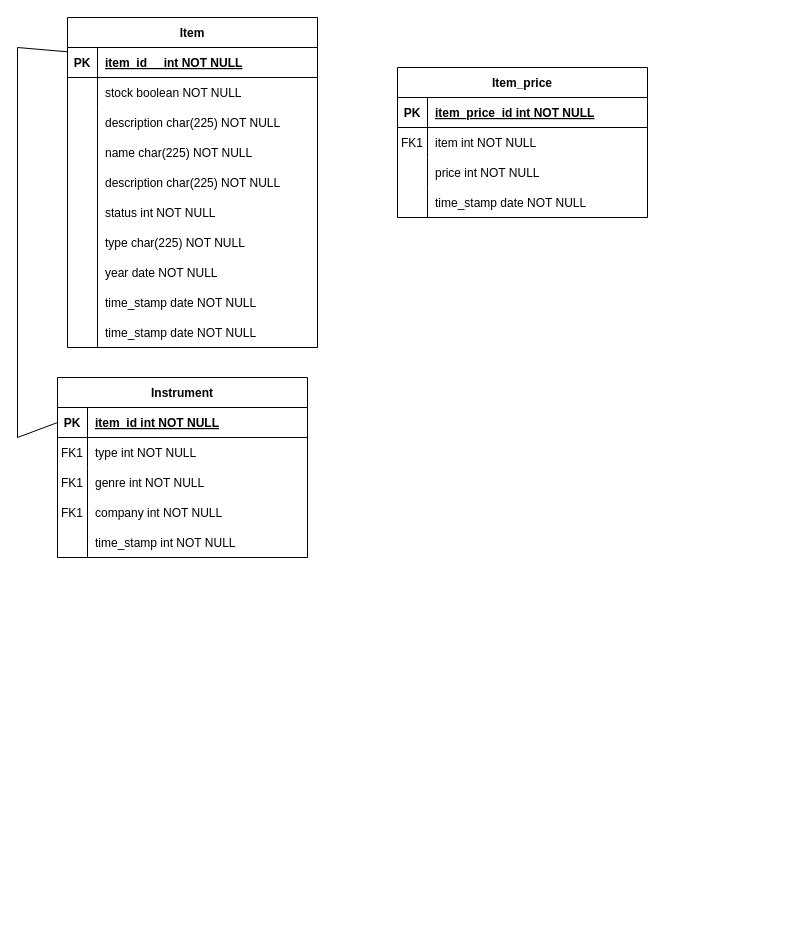
The draw.io diagram Documentation/Untitled Diagram.drawio in IvoRum/Ape_Beats, before the edit. Source tidied: cells renumbered, new cells numbered last; positions are measured from the earlier drawing's top-left corner, leaving out a move shared by most shapes. Both pictures are drawn from the tidied source at 100%, with x=0, y=0 at pixel (17, 17).
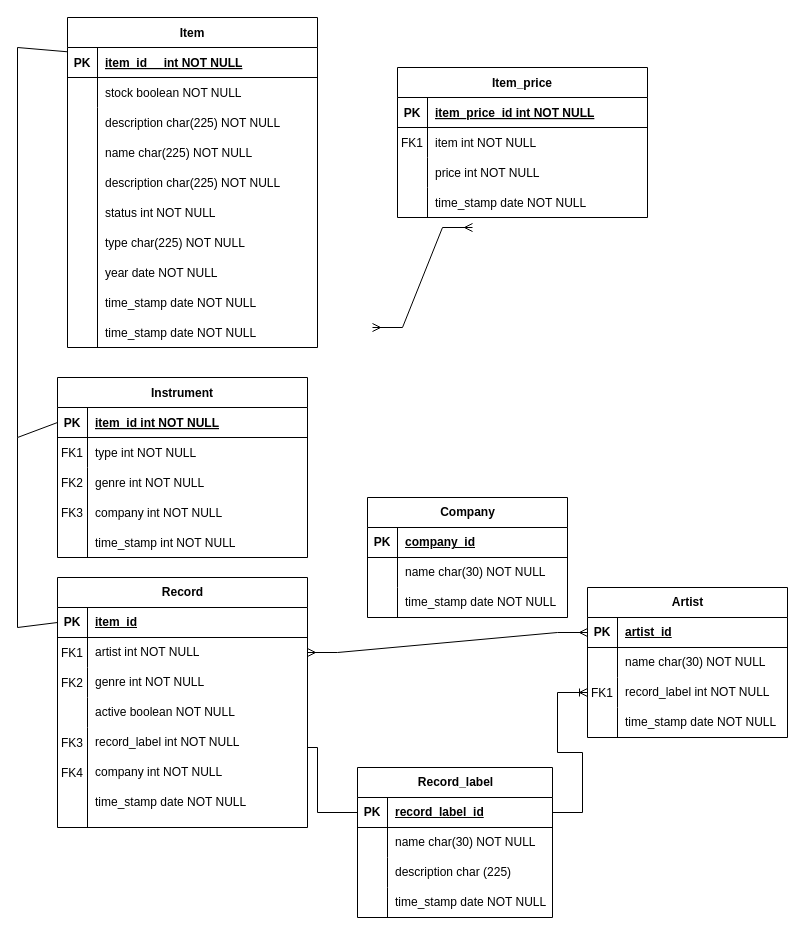
The same page after the edit.

What changed in the source:
```diff
@@
-    <mxCell id="42" value="FK1" style="shape=partialRectangle;overflow=hidden;fillColor=none;top=0;left=0;bottom=0;right=0;" parent="1" vertex="1">
+    <mxCell id="42" value="FK3" style="shape=partialRectangle;overflow=hidden;fillColor=none;top=0;left=0;bottom=0;right=0;" parent="1" vertex="1">
       <mxGeometry x="40" y="480" width="30" height="30" as="geometry" />
     </mxCell>
-    <mxCell id="43" value="FK1" style="shape=partialRectangle;overflow=hidden;fillColor=none;top=0;left=0;bottom=0;right=0;" parent="1" vertex="1">
+    <mxCell id="43" value="FK2" style="shape=partialRectangle;overflow=hidden;fillColor=none;top=0;left=0;bottom=0;right=0;" parent="1" vertex="1">
       <mxGeometry x="40" y="450" width="30" height="30" as="geometry" />
     </mxCell>
@@
+    <mxCell id="45" value="Record" style="shape=table;startSize=30;childLayout=tableLayout;rowLines=0;fontStyle=1;align=center;html=1;" parent="1" vertex="1">
+      <mxGeometry x="40" y="560" width="250" height="250" as="geometry" />
+    </mxCell>
+    <mxCell id="46" style="shape=tableRow;horizontal=0;startSize=0;swimlaneHead=0;swimlaneBody=0;fillColor=none;points=[[0,0.5],[1,0.5]];portConstraint=eastwest;top=0;left=0;right=0;bottom=1;" parent="45" vertex="1">
+      <mxGeometry y="30" width="250" height="30" as="geometry" />
+    </mxCell>
+    <mxCell id="47" value="PK" style="shape=partialRectangle;fillColor=none;top=0;left=0;bottom=0;right=0;fontStyle=1;overflow=hidden;whiteSpace=wrap;html=1;" parent="46" vertex="1">
+      <mxGeometry width="30" height="30" as="geometry" />
+    </mxCell>
+    <mxCell id="48" value="item_id" style="shape=partialRectangle;fillColor=none;top=0;left=0;bottom=0;right=0;align=left;spacingLeft=6;fontStyle=5;overflow=hidden;whiteSpace=wrap;html=1;" parent="46" vertex="1">
+      <mxGeometry x="30" width="220" height="30" as="geometry" />
+    </mxCell>
+    <mxCell id="49" style="shape=tableRow;horizontal=0;startSize=0;swimlaneHead=0;swimlaneBody=0;fillColor=none;points=[[0,0.5],[1,0.5]];portConstraint=eastwest;top=0;left=0;right=0;bottom=0;" parent="45" vertex="1">
+      <mxGeometry y="60" width="250" height="30" as="geometry" />
+    </mxCell>
+    <mxCell id="50" style="shape=partialRectangle;fillColor=none;top=0;left=0;bottom=0;right=0;overflow=hidden;whiteSpace=wrap;html=1;" parent="49" vertex="1">
+      <mxGeometry width="30" height="30" as="geometry" />
+    </mxCell>
+    <mxCell id="51" value="artist int NOT NULL" style="shape=partialRectangle;fillColor=none;top=0;left=0;bottom=0;right=0;align=left;spacingLeft=6;overflow=hidden;whiteSpace=wrap;html=1;" parent="49" vertex="1">
+      <mxGeometry x="30" width="220" height="30" as="geometry" />
+    </mxCell>
+    <mxCell id="52" style="shape=tableRow;horizontal=0;startSize=0;swimlaneHead=0;swimlaneBody=0;fillColor=none;top=0;left=0;right=0;bottom=0;" parent="45" vertex="1">
+      <mxGeometry y="90" width="250" height="30" as="geometry" />
+    </mxCell>
+    <mxCell id="53" style="shape=partialRectangle;fillColor=none;top=0;left=0;bottom=0;right=0;overflow=hidden;whiteSpace=wrap;html=1;" parent="52" vertex="1">
+      <mxGeometry width="30" height="30" as="geometry" />
+    </mxCell>
+    <mxCell id="54" value="genre int NOT NULL" style="shape=partialRectangle;fillColor=none;top=0;left=0;bottom=0;right=0;align=left;spacingLeft=6;overflow=hidden;whiteSpace=wrap;html=1;" parent="52" vertex="1">
+      <mxGeometry x="30" width="220" height="30" as="geometry" />
+    </mxCell>
+    <mxCell id="55" style="shape=tableRow;horizontal=0;startSize=0;swimlaneHead=0;swimlaneBody=0;fillColor=none;top=0;left=0;right=0;bottom=0;" parent="45" vertex="1">
+      <mxGeometry y="120" width="250" height="30" as="geometry" />
+    </mxCell>
+    <mxCell id="56" style="shape=partialRectangle;fillColor=none;top=0;left=0;bottom=0;right=0;overflow=hidden;whiteSpace=wrap;html=1;" parent="55" vertex="1">
+      <mxGeometry width="30" height="30" as="geometry" />
+    </mxCell>
+    <mxCell id="57" value="active boolean NOT NULL" style="shape=partialRectangle;fillColor=none;top=0;left=0;bottom=0;right=0;align=left;spacingLeft=6;overflow=hidden;whiteSpace=wrap;html=1;" parent="55" vertex="1">
+      <mxGeometry x="30" width="220" height="30" as="geometry" />
+    </mxCell>
+    <mxCell id="58" value="record_label int NOT NULL" style="shape=partialRectangle;fillColor=none;top=0;left=0;bottom=0;right=0;align=left;spacingLeft=6;overflow=hidden;whiteSpace=wrap;html=1;" parent="1" vertex="1">
+      <mxGeometry x="70" y="710" width="220" height="30" as="geometry" />
+    </mxCell>
+    <mxCell id="59" value="company int NOT NULL" style="shape=partialRectangle;fillColor=none;top=0;left=0;bottom=0;right=0;align=left;spacingLeft=6;overflow=hidden;whiteSpace=wrap;html=1;" parent="1" vertex="1">
+      <mxGeometry x="70" y="740" width="220" height="30" as="geometry" />
+    </mxCell>
+    <mxCell id="60" value="time_stamp date NOT NULL" style="shape=partialRectangle;fillColor=none;top=0;left=0;bottom=0;right=0;align=left;spacingLeft=6;overflow=hidden;whiteSpace=wrap;html=1;" parent="1" vertex="1">
+      <mxGeometry x="70" y="770" width="220" height="30" as="geometry" />
+    </mxCell>
+    <mxCell id="61" style="endArrow=none;html=1;rounded=0;" parent="1" edge="1">
+      <mxGeometry relative="1" as="geometry">
+        <mxPoint x="70" y="810" as="sourcePoint" />
+        <mxPoint x="70" y="710" as="targetPoint" />
+      </mxGeometry>
+    </mxCell>
+    <mxCell id="62" style="endArrow=none;html=1;rounded=0;exitX=0;exitY=0.5;exitDx=0;exitDy=0;" parent="1" edge="1" source="46">
+      <mxGeometry relative="1" as="geometry">
+        <mxPoint y="420" as="targetPoint" />
+        <Array as="points">
+          <mxPoint y="610" />
+        </Array>
+      </mxGeometry>
+    </mxCell>
+    <mxCell id="63" value="FK1" style="shape=partialRectangle;overflow=hidden;fillColor=none;top=0;left=0;bottom=0;right=0;" parent="1" vertex="1">
+      <mxGeometry x="40" y="620" width="30" height="30" as="geometry" />
+    </mxCell>
+    <mxCell id="64" value="FK2" style="shape=partialRectangle;overflow=hidden;fillColor=none;top=0;left=0;bottom=0;right=0;" parent="1" vertex="1">
+      <mxGeometry x="40" y="650" width="30" height="30" as="geometry" />
+    </mxCell>
+    <mxCell id="65" value="FK3" style="shape=partialRectangle;overflow=hidden;fillColor=none;top=0;left=0;bottom=0;right=0;" parent="1" vertex="1">
+      <mxGeometry x="40" y="710" width="30" height="30" as="geometry" />
+    </mxCell>
+    <mxCell id="66" value="FK4" style="shape=partialRectangle;overflow=hidden;fillColor=none;top=0;left=0;bottom=0;right=0;" parent="1" vertex="1">
+      <mxGeometry x="40" y="740" width="30" height="30" as="geometry" />
+    </mxCell>
+    <mxCell id="67" value="Record_label" style="shape=table;startSize=30;childLayout=tableLayout;rowLines=0;fontStyle=1;align=center;html=1;" parent="1" vertex="1">
+      <mxGeometry x="340" y="750" width="195" height="150" as="geometry" />
+    </mxCell>
+    <mxCell id="68" style="shape=tableRow;horizontal=0;startSize=0;swimlaneHead=0;swimlaneBody=0;fillColor=none;points=[[0,0.5],[1,0.5]];portConstraint=eastwest;top=0;left=0;right=0;bottom=1;" parent="67" vertex="1">
+      <mxGeometry y="30" width="195" height="30" as="geometry" />
+    </mxCell>
+    <mxCell id="69" value="PK" style="shape=partialRectangle;fillColor=none;top=0;left=0;bottom=0;right=0;fontStyle=1;overflow=hidden;whiteSpace=wrap;html=1;" parent="68" vertex="1">
+      <mxGeometry width="30" height="30" as="geometry" />
+    </mxCell>
+    <mxCell id="70" value="record_label_id" style="shape=partialRectangle;fillColor=none;top=0;left=0;bottom=0;right=0;align=left;spacingLeft=6;fontStyle=5;overflow=hidden;whiteSpace=wrap;html=1;" parent="68" vertex="1">
+      <mxGeometry x="30" width="165" height="30" as="geometry" />
+    </mxCell>
+    <mxCell id="71" style="shape=tableRow;horizontal=0;startSize=0;swimlaneHead=0;swimlaneBody=0;fillColor=none;top=0;left=0;right=0;bottom=0;" parent="67" vertex="1">
+      <mxGeometry y="60" width="195" height="30" as="geometry" />
+    </mxCell>
+    <mxCell id="72" style="shape=partialRectangle;fillColor=none;top=0;left=0;bottom=0;right=0;overflow=hidden;whiteSpace=wrap;html=1;" parent="71" vertex="1">
+      <mxGeometry width="30" height="30" as="geometry" />
+    </mxCell>
+    <mxCell id="73" value="name char(30) NOT NULL" style="shape=partialRectangle;fillColor=none;top=0;left=0;bottom=0;right=0;align=left;spacingLeft=6;overflow=hidden;whiteSpace=wrap;html=1;" parent="71" vertex="1">
+      <mxGeometry x="30" width="165" height="30" as="geometry" />
+    </mxCell>
+    <mxCell id="74" style="shape=tableRow;horizontal=0;startSize=0;swimlaneHead=0;swimlaneBody=0;fillColor=none;top=0;left=0;right=0;bottom=0;" parent="67" vertex="1">
+      <mxGeometry y="90" width="195" height="30" as="geometry" />
+    </mxCell>
+    <mxCell id="75" style="shape=partialRectangle;fillColor=none;top=0;left=0;bottom=0;right=0;overflow=hidden;whiteSpace=wrap;html=1;" parent="74" vertex="1">
+      <mxGeometry width="30" height="30" as="geometry" />
+    </mxCell>
+    <mxCell id="76" value="description char (225)" style="shape=partialRectangle;fillColor=none;top=0;left=0;bottom=0;right=0;align=left;spacingLeft=6;overflow=hidden;whiteSpace=wrap;html=1;" parent="74" vertex="1">
+      <mxGeometry x="30" width="165" height="30" as="geometry" />
+    </mxCell>
+    <mxCell id="77" style="shape=tableRow;horizontal=0;startSize=0;swimlaneHead=0;swimlaneBody=0;fillColor=none;top=0;left=0;right=0;bottom=0;" parent="67" vertex="1">
+      <mxGeometry y="120" width="195" height="30" as="geometry" />
+    </mxCell>
+    <mxCell id="78" style="shape=partialRectangle;fillColor=none;top=0;left=0;bottom=0;right=0;overflow=hidden;whiteSpace=wrap;html=1;" parent="77" vertex="1">
+      <mxGeometry width="30" height="30" as="geometry" />
+    </mxCell>
+    <mxCell id="79" value="time_stamp date NOT NULL" style="shape=partialRectangle;fillColor=none;top=0;left=0;bottom=0;right=0;align=left;spacingLeft=6;overflow=hidden;whiteSpace=wrap;html=1;" parent="77" vertex="1">
+      <mxGeometry x="30" width="165" height="30" as="geometry" />
+    </mxCell>
+    <mxCell id="80" style="edgeStyle=entityRelationEdgeStyle;fontSize=12;html=1;endArrow=ERoneToMany;rounded=0;exitX=1;exitY=0.5;exitDx=0;exitDy=0;entryX=0;entryY=0.5;entryDx=0;entryDy=0;" parent="1" edge="1" source="68" target="90">
+      <mxGeometry relative="1" as="geometry">
+        <Array as="points">
+          <mxPoint x="550" y="720" />
+          <mxPoint x="550" y="750" />
+        </Array>
+      </mxGeometry>
+    </mxCell>
+    <mxCell id="81" style="edgeStyle=entityRelationEdgeStyle;fontSize=12;html=1;endArrow=ERmany;startArrow=ERmany;rounded=0;exitX=1;exitY=0.5;exitDx=0;exitDy=0;entryX=0;entryY=0.5;entryDx=0;entryDy=0;" parent="1" edge="1" source="49" target="84">
+      <mxGeometry relative="1" as="geometry">
+        <Array as="points">
+          <mxPoint x="500" y="570" />
+          <mxPoint x="430" y="660" />
+          <mxPoint x="560" y="650" />
+          <mxPoint x="500" y="600" />
+        </Array>
+      </mxGeometry>
+    </mxCell>
+    <mxCell id="82" style="endArrow=none;html=1;rounded=0;entryX=0;entryY=0.5;entryDx=0;entryDy=0;" parent="1" edge="1" target="68">
+      <mxGeometry relative="1" as="geometry">
+        <mxPoint x="290" y="730" as="sourcePoint" />
+        <Array as="points">
+          <mxPoint x="300" y="730" />
+          <mxPoint x="300" y="795" />
+        </Array>
+      </mxGeometry>
+    </mxCell>
+    <mxCell id="83" value="Artist" style="shape=table;startSize=30;childLayout=tableLayout;rowLines=0;fontStyle=1;align=center;html=1;" parent="1" vertex="1">
+      <mxGeometry x="570" y="570" width="200" height="150" as="geometry" />
+    </mxCell>
+    <mxCell id="84" style="shape=tableRow;horizontal=0;startSize=0;swimlaneHead=0;swimlaneBody=0;fillColor=none;points=[[0,0.5],[1,0.5]];portConstraint=eastwest;top=0;left=0;right=0;bottom=1;" parent="83" vertex="1">
+      <mxGeometry y="30" width="200" height="30" as="geometry" />
+    </mxCell>
+    <mxCell id="85" value="PK" style="shape=partialRectangle;fillColor=none;top=0;left=0;bottom=0;right=0;fontStyle=1;overflow=hidden;whiteSpace=wrap;html=1;" parent="84" vertex="1">
+      <mxGeometry width="30" height="30" as="geometry" />
+    </mxCell>
+    <mxCell id="86" value="artist_id" style="shape=partialRectangle;fillColor=none;top=0;left=0;bottom=0;right=0;align=left;spacingLeft=6;fontStyle=5;overflow=hidden;whiteSpace=wrap;html=1;" parent="84" vertex="1">
+      <mxGeometry x="30" width="170" height="30" as="geometry" />
+    </mxCell>
+    <mxCell id="87" style="shape=tableRow;horizontal=0;startSize=0;swimlaneHead=0;swimlaneBody=0;fillColor=none;top=0;left=0;right=0;bottom=0;" parent="83" vertex="1">
+      <mxGeometry y="60" width="200" height="30" as="geometry" />
+    </mxCell>
+    <mxCell id="88" style="shape=partialRectangle;fillColor=none;top=0;left=0;bottom=0;right=0;overflow=hidden;whiteSpace=wrap;html=1;" parent="87" vertex="1">
+      <mxGeometry width="30" height="30" as="geometry" />
+    </mxCell>
+    <mxCell id="89" value="name char(30) NOT NULL" style="shape=partialRectangle;fillColor=none;top=0;left=0;bottom=0;right=0;align=left;spacingLeft=6;overflow=hidden;whiteSpace=wrap;html=1;" parent="87" vertex="1">
+      <mxGeometry x="30" width="170" height="30" as="geometry" />
+    </mxCell>
+    <mxCell id="90" style="shape=tableRow;horizontal=0;startSize=0;swimlaneHead=0;swimlaneBody=0;fillColor=none;points=[[0,0.5],[1,0.5]];portConstraint=eastwest;top=0;left=0;right=0;bottom=0;" parent="83" vertex="1">
+      <mxGeometry y="90" width="200" height="30" as="geometry" />
+    </mxCell>
+    <mxCell id="91" style="shape=partialRectangle;fillColor=none;top=0;left=0;bottom=0;right=0;overflow=hidden;whiteSpace=wrap;html=1;" parent="90" vertex="1">
+      <mxGeometry width="30" height="30" as="geometry" />
+    </mxCell>
+    <mxCell id="92" value="record_label int NOT NULL" style="shape=partialRectangle;fillColor=none;top=0;left=0;bottom=0;right=0;align=left;spacingLeft=6;overflow=hidden;whiteSpace=wrap;html=1;" parent="90" vertex="1">
+      <mxGeometry x="30" width="170" height="30" as="geometry" />
+    </mxCell>
+    <mxCell id="93" style="shape=tableRow;horizontal=0;startSize=0;swimlaneHead=0;swimlaneBody=0;fillColor=none;top=0;left=0;right=0;bottom=0;" parent="83" vertex="1">
+      <mxGeometry y="120" width="200" height="30" as="geometry" />
+    </mxCell>
+    <mxCell id="94" style="shape=partialRectangle;fillColor=none;top=0;left=0;bottom=0;right=0;overflow=hidden;whiteSpace=wrap;html=1;" parent="93" vertex="1">
+      <mxGeometry width="30" height="30" as="geometry" />
+    </mxCell>
+    <mxCell id="95" value="time_stamp date NOT NULL" style="shape=partialRectangle;fillColor=none;top=0;left=0;bottom=0;right=0;align=left;spacingLeft=6;overflow=hidden;whiteSpace=wrap;html=1;" parent="93" vertex="1">
+      <mxGeometry x="30" width="170" height="30" as="geometry" />
+    </mxCell>
+    <mxCell id="96" value="FK1" style="shape=partialRectangle;overflow=hidden;fillColor=none;top=0;left=0;bottom=0;right=0;" parent="1" vertex="1">
+      <mxGeometry x="570" y="660" width="30" height="30" as="geometry" />
+    </mxCell>
+    <mxCell id="97" style="edgeStyle=entityRelationEdgeStyle;fontSize=12;html=1;endArrow=ERmany;startArrow=ERmany;rounded=0;" parent="1" edge="1">
+      <mxGeometry relative="1" as="geometry">
+        <mxPoint x="355" y="310" as="sourcePoint" />
+        <mxPoint x="455" y="210" as="targetPoint" />
+      </mxGeometry>
+    </mxCell>
+    <mxCell id="98" value="Company" style="shape=table;startSize=30;childLayout=tableLayout;rowLines=0;fontStyle=1;align=center;html=1;" parent="1" vertex="1">
+      <mxGeometry x="350" y="480" width="200" height="120" as="geometry" />
+    </mxCell>
+    <mxCell id="99" style="shape=tableRow;horizontal=0;startSize=0;swimlaneHead=0;swimlaneBody=0;fillColor=none;top=0;left=0;right=0;bottom=1;" parent="98" vertex="1">
+      <mxGeometry y="30" width="200" height="30" as="geometry" />
+    </mxCell>
+    <mxCell id="100" value="PK" style="shape=partialRectangle;fillColor=none;top=0;left=0;bottom=0;right=0;fontStyle=1;overflow=hidden;whiteSpace=wrap;html=1;" parent="99" vertex="1">
+      <mxGeometry width="30" height="30" as="geometry" />
+    </mxCell>
+    <mxCell id="101" value="company_id" style="shape=partialRectangle;fillColor=none;top=0;left=0;bottom=0;right=0;align=left;spacingLeft=6;fontStyle=5;overflow=hidden;whiteSpace=wrap;html=1;" parent="99" vertex="1">
+      <mxGeometry x="30" width="170" height="30" as="geometry" />
+    </mxCell>
+    <mxCell id="102" style="shape=tableRow;horizontal=0;startSize=0;swimlaneHead=0;swimlaneBody=0;fillColor=none;top=0;left=0;right=0;bottom=0;" parent="98" vertex="1">
+      <mxGeometry y="60" width="200" height="30" as="geometry" />
+    </mxCell>
+    <mxCell id="103" style="shape=partialRectangle;fillColor=none;top=0;left=0;bottom=0;right=0;overflow=hidden;whiteSpace=wrap;html=1;" parent="102" vertex="1">
+      <mxGeometry width="30" height="30" as="geometry" />
+    </mxCell>
+    <mxCell id="104" value="name char(30) NOT NULL" style="shape=partialRectangle;fillColor=none;top=0;left=0;bottom=0;right=0;align=left;spacingLeft=6;overflow=hidden;whiteSpace=wrap;html=1;" parent="102" vertex="1">
+      <mxGeometry x="30" width="170" height="30" as="geometry" />
+    </mxCell>
+    <mxCell id="105" style="shape=tableRow;horizontal=0;startSize=0;swimlaneHead=0;swimlaneBody=0;fillColor=none;top=0;left=0;right=0;bottom=0;" parent="98" vertex="1">
+      <mxGeometry y="90" width="200" height="30" as="geometry" />
+    </mxCell>
+    <mxCell id="106" style="shape=partialRectangle;fillColor=none;top=0;left=0;bottom=0;right=0;overflow=hidden;whiteSpace=wrap;html=1;" parent="105" vertex="1">
+      <mxGeometry width="30" height="30" as="geometry" />
+    </mxCell>
+    <mxCell id="107" value="time_stamp date NOT NULL" style="shape=partialRectangle;fillColor=none;top=0;left=0;bottom=0;right=0;align=left;spacingLeft=6;overflow=hidden;whiteSpace=wrap;html=1;" parent="105" vertex="1">
+      <mxGeometry x="30" width="170" height="30" as="geometry" />
+    </mxCell>
```
